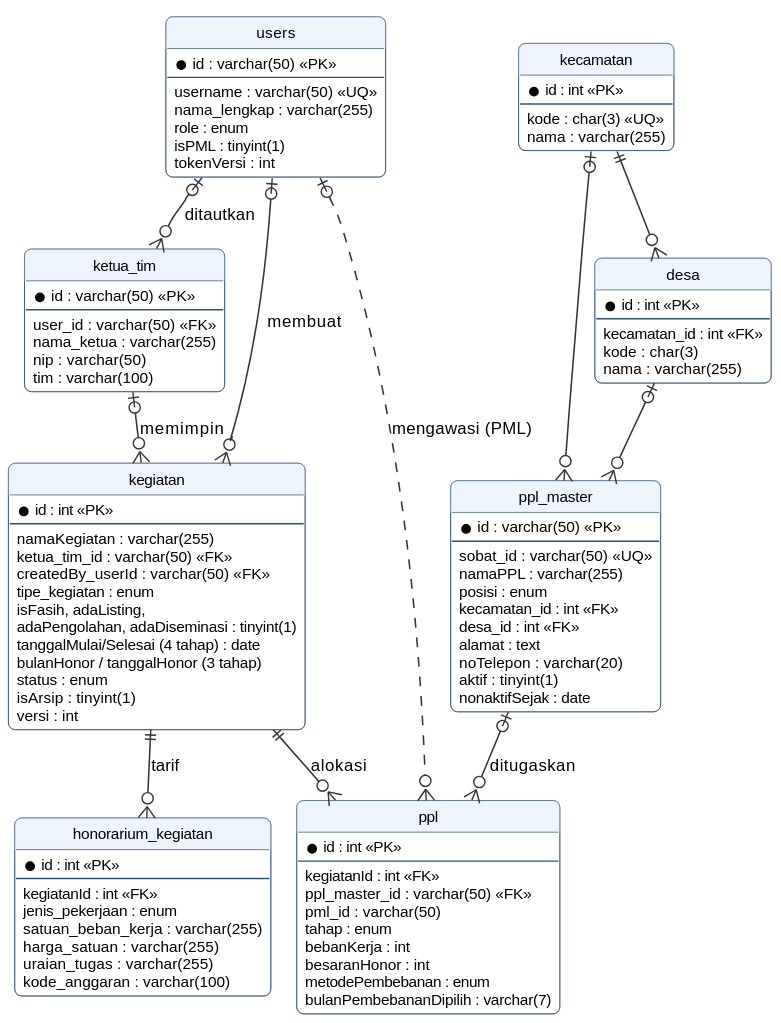
Earlier version of the PlantUML export docs/diagram/out/erd-kegiatan-alokasi.svg (kharis5870/Kharisma).
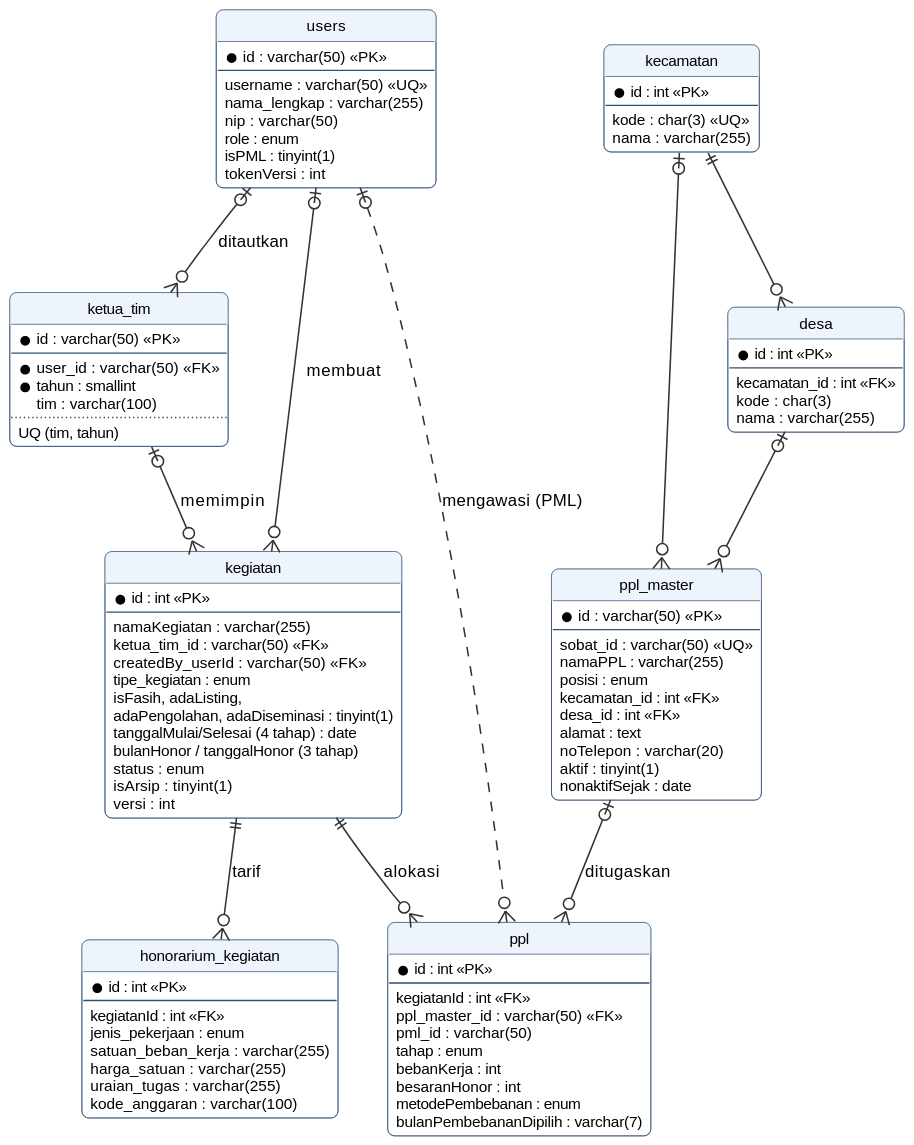
The same file after the commit.

What changed in the source:
```diff
@@ -8,6 +8,7 @@
   --
   username : varchar(50) <<UQ>>
   nama_lengkap : varchar(255)
+  nip : varchar(50)
   role : enum
   isPML : tinyint(1)
   tokenVersi : int
@@ -16,10 +17,11 @@
 entity "ketua_tim" as ketua_tim {
   * id : varchar(50) <<PK>>
   --
-  user_id : varchar(50) <<FK>>
-  nama_ketua : varchar(255)
-  nip : varchar(50)
+  * user_id : varchar(50) <<FK>>
+  * tahun : smallint
   tim : varchar(100)
+  ..
+  UQ (tim, tahun)
 }
 
 entity "kegiatan" as kegiatan {
```
